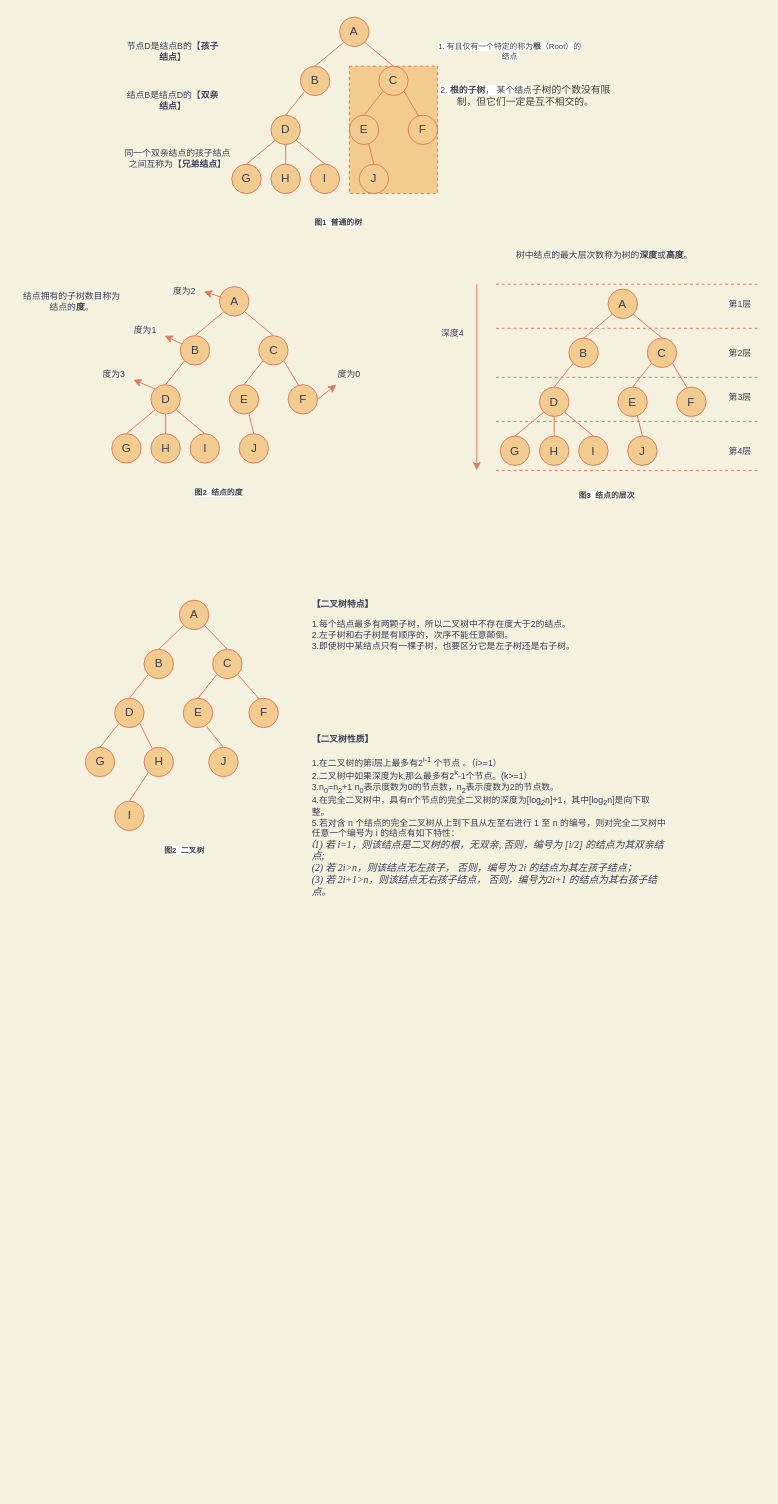
Before: Untitled Diagram.drawio in pandongfeng/diligence, a draw.io diagram. Source tidied: cells renumbered, new cells numbered last; positions are measured from the earlier drawing's top-left corner, leaving out a move shared by most shapes. Both pictures are drawn from the tidied source at 98%, with x=0, y=0 at pixel (20, 17).
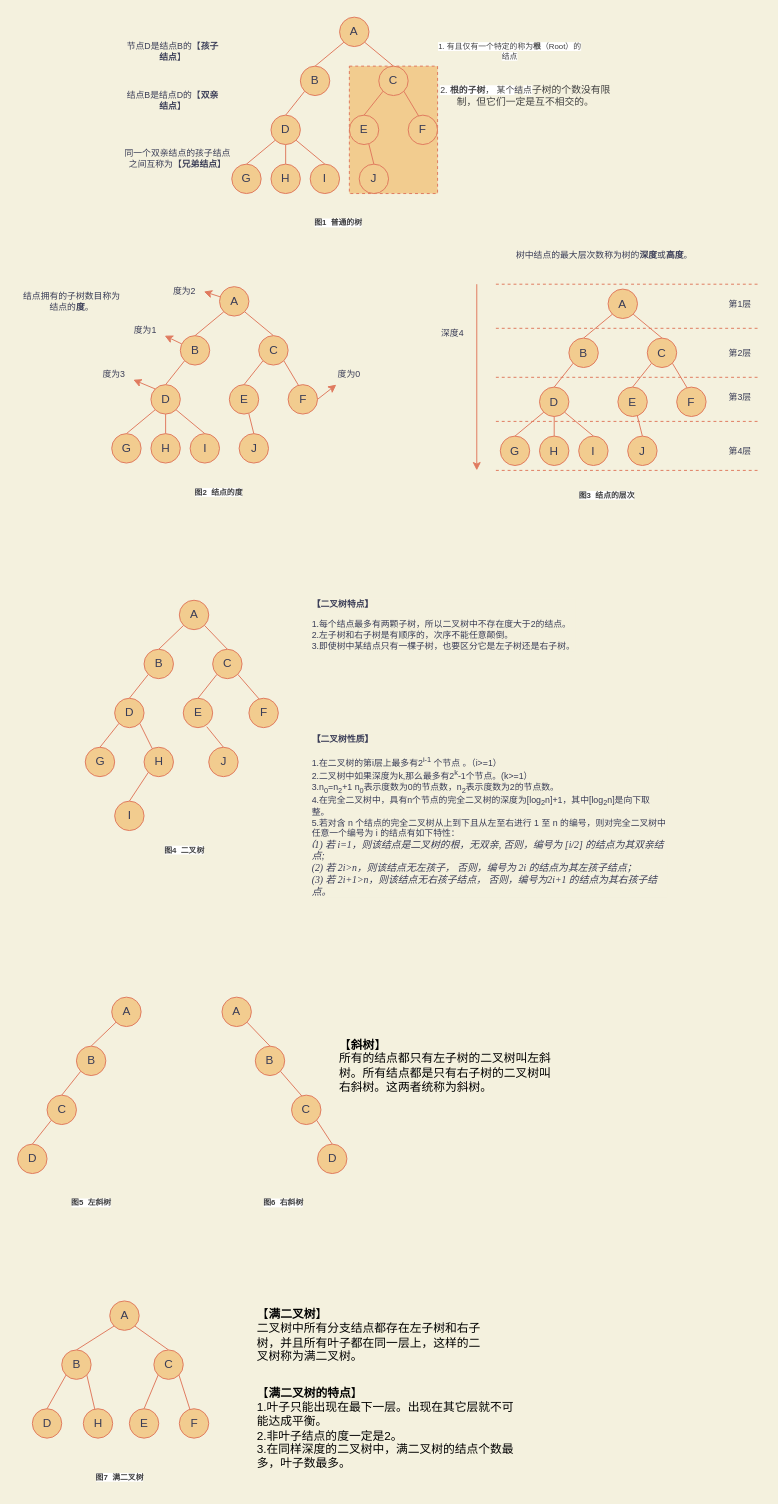
The same diagram, later.

Diff of the diagram source:
```diff
@@
-    <mxCell id="111" value="&lt;span style=&quot;color: rgb(64 , 64 , 64) ; font-size: 8px ; font-style: normal ; letter-spacing: normal ; text-indent: 0px ; text-transform: none ; word-spacing: 0px ; background-color: rgb(255 , 255 , 255) ; display: inline ; float: none&quot;&gt;图2&amp;nbsp; 二叉树&lt;/span&gt;" style="text;html=1;strokeColor=none;fillColor=none;align=center;verticalAlign=middle;whiteSpace=wrap;rounded=0;fontSize=8;fontStyle=1;fontColor=#393C56;" parent="1" vertex="1">
+    <mxCell id="111" value="&lt;span style=&quot;color: rgb(64 , 64 , 64) ; font-size: 8px ; font-style: normal ; letter-spacing: normal ; text-indent: 0px ; text-transform: none ; word-spacing: 0px ; background-color: rgb(255 , 255 , 255) ; display: inline ; float: none&quot;&gt;图4&amp;nbsp; 二叉树&lt;/span&gt;" style="text;html=1;strokeColor=none;fillColor=none;align=center;verticalAlign=middle;whiteSpace=wrap;rounded=0;fontSize=8;fontStyle=1;fontColor=#393C56;" parent="1" vertex="1">
       <mxGeometry x="112.5" y="840" width="110" height="20" as="geometry" />
     </mxCell>
@@
+    <mxCell id="115" value="C" style="ellipse;whiteSpace=wrap;html=1;fillColor=#F2CC8F;strokeColor=#E07A5F;fontColor=#393C56;" parent="1" vertex="1">
+      <mxGeometry x="27.5" y="1100" width="30" height="30" as="geometry" />
+    </mxCell>
+    <mxCell id="116" value="A" style="ellipse;whiteSpace=wrap;html=1;fillColor=#F2CC8F;strokeColor=#E07A5F;fontColor=#393C56;" parent="1" vertex="1">
+      <mxGeometry x="93.5" y="1000" width="30" height="30" as="geometry" />
+    </mxCell>
+    <mxCell id="117" value="D" style="ellipse;whiteSpace=wrap;html=1;fillColor=#F2CC8F;strokeColor=#E07A5F;fontColor=#393C56;" parent="1" vertex="1">
+      <mxGeometry x="-2.5" y="1150" width="30" height="30" as="geometry" />
+    </mxCell>
+    <mxCell id="118" style="endArrow=none;html=1;entryX=0;entryY=1;entryDx=0;entryDy=0;exitX=0.5;exitY=0;exitDx=0;exitDy=0;strokeColor=#E07A5F;strokeWidth=1;labelBackgroundColor=#F4F1DE;fontColor=#393C56;" parent="1" edge="1" source="121" target="116">
+      <mxGeometry relative="1" as="geometry" />
+    </mxCell>
+    <mxCell id="119" style="endArrow=none;html=1;entryX=0;entryY=1;entryDx=0;entryDy=0;exitX=0.5;exitY=0;exitDx=0;exitDy=0;strokeColor=#E07A5F;strokeWidth=1;labelBackgroundColor=#F4F1DE;fontColor=#393C56;" parent="1" edge="1" source="115" target="121">
+      <mxGeometry relative="1" as="geometry" />
+    </mxCell>
+    <mxCell id="120" style="endArrow=none;html=1;entryX=0;entryY=1;entryDx=0;entryDy=0;exitX=0.5;exitY=0;exitDx=0;exitDy=0;strokeColor=#E07A5F;strokeWidth=1;labelBackgroundColor=#F4F1DE;fontColor=#393C56;" parent="1" edge="1" source="117" target="115">
+      <mxGeometry relative="1" as="geometry" />
+    </mxCell>
+    <mxCell id="121" value="B" style="ellipse;whiteSpace=wrap;html=1;fillColor=#F2CC8F;strokeColor=#E07A5F;fontColor=#393C56;" parent="1" vertex="1">
+      <mxGeometry x="57.5" y="1050" width="30" height="30" as="geometry" />
+    </mxCell>
+    <mxCell id="122" value="&lt;span style=&quot;color: rgb(64 , 64 , 64) ; font-size: 8px ; font-style: normal ; letter-spacing: normal ; text-indent: 0px ; text-transform: none ; word-spacing: 0px ; background-color: rgb(255 , 255 , 255) ; display: inline ; float: none&quot;&gt;图5&amp;nbsp; 左斜树&lt;/span&gt;" style="text;html=1;strokeColor=none;fillColor=none;align=center;verticalAlign=middle;whiteSpace=wrap;rounded=0;fontSize=8;fontStyle=1;fontColor=#393C56;" parent="1" vertex="1">
+      <mxGeometry x="17.5" y="1200" width="110" height="20" as="geometry" />
+    </mxCell>
+    <mxCell id="123" style="edgeStyle=none;rounded=0;orthogonalLoop=1;jettySize=auto;html=1;exitX=1;exitY=0.5;exitDx=0;exitDy=0;strokeColor=#E07A5F;strokeWidth=1;fontSize=9;labelBackgroundColor=#F4F1DE;fontColor=#393C56;" parent="1" edge="1" source="122" target="122">
+      <mxGeometry relative="1" as="geometry" />
+    </mxCell>
+    <mxCell id="124" value="A" style="ellipse;whiteSpace=wrap;html=1;fillColor=#F2CC8F;strokeColor=#E07A5F;fontColor=#393C56;" parent="1" vertex="1">
+      <mxGeometry x="206" y="1000" width="30" height="30" as="geometry" />
+    </mxCell>
+    <mxCell id="125" value="D" style="ellipse;whiteSpace=wrap;html=1;fillColor=#F2CC8F;strokeColor=#E07A5F;fontColor=#393C56;" parent="1" vertex="1">
+      <mxGeometry x="303.5" y="1150" width="30" height="30" as="geometry" />
+    </mxCell>
+    <mxCell id="126" style="endArrow=none;html=1;entryX=1;entryY=1;entryDx=0;entryDy=0;exitX=0.5;exitY=0;exitDx=0;exitDy=0;strokeWidth=1;strokeColor=#E07A5F;labelBackgroundColor=#F4F1DE;fontColor=#393C56;" parent="1" edge="1" source="128" target="124">
+      <mxGeometry relative="1" as="geometry" />
+    </mxCell>
+    <mxCell id="127" style="endArrow=none;html=1;entryX=1;entryY=1;entryDx=0;entryDy=0;exitX=0.369;exitY=0.051;exitDx=0;exitDy=0;strokeColor=#E07A5F;strokeWidth=1;exitPerimeter=0;labelBackgroundColor=#F4F1DE;fontColor=#393C56;" parent="1" edge="1" source="129" target="128">
+      <mxGeometry relative="1" as="geometry" />
+    </mxCell>
+    <mxCell id="128" value="B" style="ellipse;whiteSpace=wrap;html=1;fillColor=#F2CC8F;strokeColor=#E07A5F;fontColor=#393C56;" parent="1" vertex="1">
+      <mxGeometry x="240" y="1050" width="30" height="30" as="geometry" />
+    </mxCell>
+    <mxCell id="129" value="C" style="ellipse;whiteSpace=wrap;html=1;fillColor=#F2CC8F;strokeColor=#E07A5F;fontColor=#393C56;" parent="1" vertex="1">
+      <mxGeometry x="277" y="1100" width="30" height="30" as="geometry" />
+    </mxCell>
+    <mxCell id="130" value="&lt;span style=&quot;color: rgb(64 , 64 , 64) ; font-size: 8px ; font-style: normal ; letter-spacing: normal ; text-indent: 0px ; text-transform: none ; word-spacing: 0px ; background-color: rgb(255 , 255 , 255) ; display: inline ; float: none&quot;&gt;图6&amp;nbsp; 右斜树&lt;/span&gt;" style="text;html=1;strokeColor=none;fillColor=none;align=center;verticalAlign=middle;whiteSpace=wrap;rounded=0;fontSize=8;fontStyle=1;fontColor=#393C56;" parent="1" vertex="1">
+      <mxGeometry x="213.5" y="1200" width="110" height="20" as="geometry" />
+    </mxCell>
+    <mxCell id="131" style="edgeStyle=none;rounded=0;orthogonalLoop=1;jettySize=auto;html=1;exitX=1;exitY=0.5;exitDx=0;exitDy=0;strokeColor=#E07A5F;strokeWidth=1;fontSize=9;labelBackgroundColor=#F4F1DE;fontColor=#393C56;" parent="1" edge="1">
+      <mxGeometry relative="1" as="geometry">
+        <mxPoint x="266" y="1255" as="sourcePoint" />
+        <mxPoint x="266" y="1255" as="targetPoint" />
+      </mxGeometry>
+    </mxCell>
+    <mxCell id="132" style="endArrow=none;html=1;strokeColor=#E07A5F;strokeWidth=1;labelBackgroundColor=#F4F1DE;fontColor=#393C56;entryX=0.5;entryY=0;entryDx=0;entryDy=0;exitX=1;exitY=1;exitDx=0;exitDy=0;" parent="1" edge="1" source="129" target="125">
+      <mxGeometry relative="1" as="geometry" />
+    </mxCell>
+    <mxCell id="133" value="【&lt;b&gt;斜树&lt;/b&gt;】&lt;br&gt;所有的结点都只有左子树的二叉树叫左斜树。所有结点都是只有右子树的二叉树叫右斜树。这两者统称为斜树。" style="text;html=1;strokeColor=none;fillColor=none;align=left;verticalAlign=middle;whiteSpace=wrap;rounded=0;" parent="1" vertex="1">
+      <mxGeometry x="323.5" y="1040" width="220" height="60" as="geometry" />
+    </mxCell>
+    <mxCell id="134" value="D" style="ellipse;whiteSpace=wrap;html=1;fillColor=#F2CC8F;strokeColor=#E07A5F;fontColor=#393C56;" parent="1" vertex="1">
+      <mxGeometry x="12.5" y="1420" width="30" height="30" as="geometry" />
+    </mxCell>
+    <mxCell id="135" value="A" style="ellipse;whiteSpace=wrap;html=1;fillColor=#F2CC8F;strokeColor=#E07A5F;fontColor=#393C56;" parent="1" vertex="1">
+      <mxGeometry x="91.5" y="1310" width="30" height="30" as="geometry" />
+    </mxCell>
+    <mxCell id="136" value="H" style="ellipse;whiteSpace=wrap;html=1;fillColor=#F2CC8F;strokeColor=#E07A5F;fontColor=#393C56;" parent="1" vertex="1">
+      <mxGeometry x="64.5" y="1420" width="30" height="30" as="geometry" />
+    </mxCell>
+    <mxCell id="137" style="endArrow=none;html=1;entryX=1;entryY=1;entryDx=0;entryDy=0;exitX=0.5;exitY=0;exitDx=0;exitDy=0;strokeWidth=1;strokeColor=#E07A5F;labelBackgroundColor=#F4F1DE;fontColor=#393C56;" parent="1" edge="1" source="144" target="135">
+      <mxGeometry relative="1" as="geometry" />
+    </mxCell>
+    <mxCell id="138" style="endArrow=none;html=1;entryX=0;entryY=1;entryDx=0;entryDy=0;exitX=0.5;exitY=0;exitDx=0;exitDy=0;strokeColor=#E07A5F;strokeWidth=1;labelBackgroundColor=#F4F1DE;fontColor=#393C56;" parent="1" edge="1" source="143" target="135">
+      <mxGeometry relative="1" as="geometry" />
+    </mxCell>
+    <mxCell id="139" style="endArrow=none;html=1;entryX=0;entryY=1;entryDx=0;entryDy=0;exitX=0.5;exitY=0;exitDx=0;exitDy=0;strokeColor=#E07A5F;strokeWidth=1;labelBackgroundColor=#F4F1DE;fontColor=#393C56;" parent="1" edge="1" source="134" target="143">
+      <mxGeometry relative="1" as="geometry" />
+    </mxCell>
+    <mxCell id="140" style="endArrow=none;html=1;entryX=1;entryY=1;entryDx=0;entryDy=0;exitX=0.369;exitY=0.051;exitDx=0;exitDy=0;strokeColor=#E07A5F;strokeWidth=1;exitPerimeter=0;labelBackgroundColor=#F4F1DE;fontColor=#393C56;" parent="1" edge="1" source="146" target="144">
+      <mxGeometry relative="1" as="geometry" />
+    </mxCell>
+    <mxCell id="141" style="endArrow=none;html=1;exitX=0.5;exitY=0;exitDx=0;exitDy=0;strokeColor=#E07A5F;strokeWidth=1;entryX=0;entryY=1;entryDx=0;entryDy=0;labelBackgroundColor=#F4F1DE;fontColor=#393C56;" parent="1" edge="1" source="145" target="144">
+      <mxGeometry relative="1" as="geometry" />
+    </mxCell>
+    <mxCell id="142" style="endArrow=none;html=1;entryX=1;entryY=1;entryDx=0;entryDy=0;strokeColor=#E07A5F;strokeWidth=1;labelBackgroundColor=#F4F1DE;fontColor=#393C56;" parent="1" edge="1" source="136" target="143">
+      <mxGeometry relative="1" as="geometry" />
+    </mxCell>
+    <mxCell id="143" value="B" style="ellipse;whiteSpace=wrap;html=1;fillColor=#F2CC8F;strokeColor=#E07A5F;fontColor=#393C56;" parent="1" vertex="1">
+      <mxGeometry x="42.5" y="1360" width="30" height="30" as="geometry" />
+    </mxCell>
+    <mxCell id="144" value="C" style="ellipse;whiteSpace=wrap;html=1;fillColor=#F2CC8F;strokeColor=#E07A5F;fontColor=#393C56;" parent="1" vertex="1">
+      <mxGeometry x="136.5" y="1360" width="30" height="30" as="geometry" />
+    </mxCell>
+    <mxCell id="145" value="E" style="ellipse;whiteSpace=wrap;html=1;fillColor=#F2CC8F;strokeColor=#E07A5F;fontColor=#393C56;" parent="1" vertex="1">
+      <mxGeometry x="111.5" y="1420" width="30" height="30" as="geometry" />
+    </mxCell>
+    <mxCell id="146" value="F" style="ellipse;whiteSpace=wrap;html=1;fillColor=#F2CC8F;strokeColor=#E07A5F;fontColor=#393C56;" parent="1" vertex="1">
+      <mxGeometry x="162.5" y="1420" width="30" height="30" as="geometry" />
+    </mxCell>
+    <mxCell id="147" value="&lt;span style=&quot;color: rgb(64 , 64 , 64) ; font-size: 8px ; font-style: normal ; letter-spacing: normal ; text-indent: 0px ; text-transform: none ; word-spacing: 0px ; background-color: rgb(255 , 255 , 255) ; display: inline ; float: none&quot;&gt;图7&amp;nbsp; 满二叉树&lt;/span&gt;" style="text;html=1;strokeColor=none;fillColor=none;align=center;verticalAlign=middle;whiteSpace=wrap;rounded=0;fontSize=8;fontStyle=1;fontColor=#393C56;" parent="1" vertex="1">
+      <mxGeometry x="46.5" y="1480" width="110" height="20" as="geometry" />
+    </mxCell>
+    <mxCell id="148" value="【&lt;b&gt;满二叉树&lt;/b&gt;】&lt;br&gt;二叉树中所有分支结点都存在左子树和右子树，并且所有叶子都在同一层上，这样的二叉树称为满二叉树。" style="text;html=1;strokeColor=none;fillColor=none;align=left;verticalAlign=middle;whiteSpace=wrap;rounded=0;" parent="1" vertex="1">
+      <mxGeometry x="240" y="1320" width="230" height="50" as="geometry" />
+    </mxCell>
+    <mxCell id="149" value="【&lt;b&gt;满二叉树的特点&lt;/b&gt;】&lt;br&gt;&lt;div&gt;1.叶子只能出现在最下一层。出现在其它层就不可能达成平衡。&lt;/div&gt;&lt;div&gt;&lt;span&gt;2.非叶子结点的度一定是2。&lt;/span&gt;&lt;/div&gt;&lt;div&gt;3.在同样深度的二叉树中，满二叉树的结点个数最多，叶子数最多。&lt;/div&gt;" style="text;html=1;strokeColor=none;fillColor=none;align=left;verticalAlign=middle;whiteSpace=wrap;rounded=0;" parent="1" vertex="1">
+      <mxGeometry x="240" y="1400" width="270" height="80" as="geometry" />
+    </mxCell>
```
